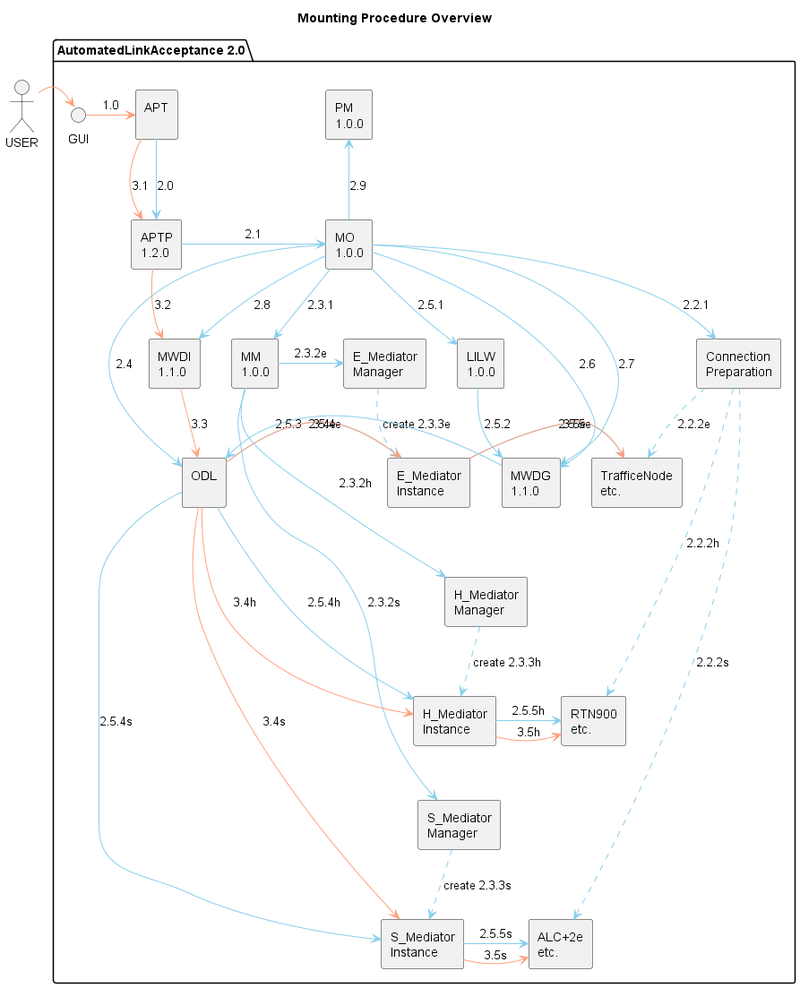
This is diagrams/AutomatedLinkAcceptanceFlow.png from openBackhaul/_AutomatedLinkAcceptance, a PlantUML export, as it was before one commit.
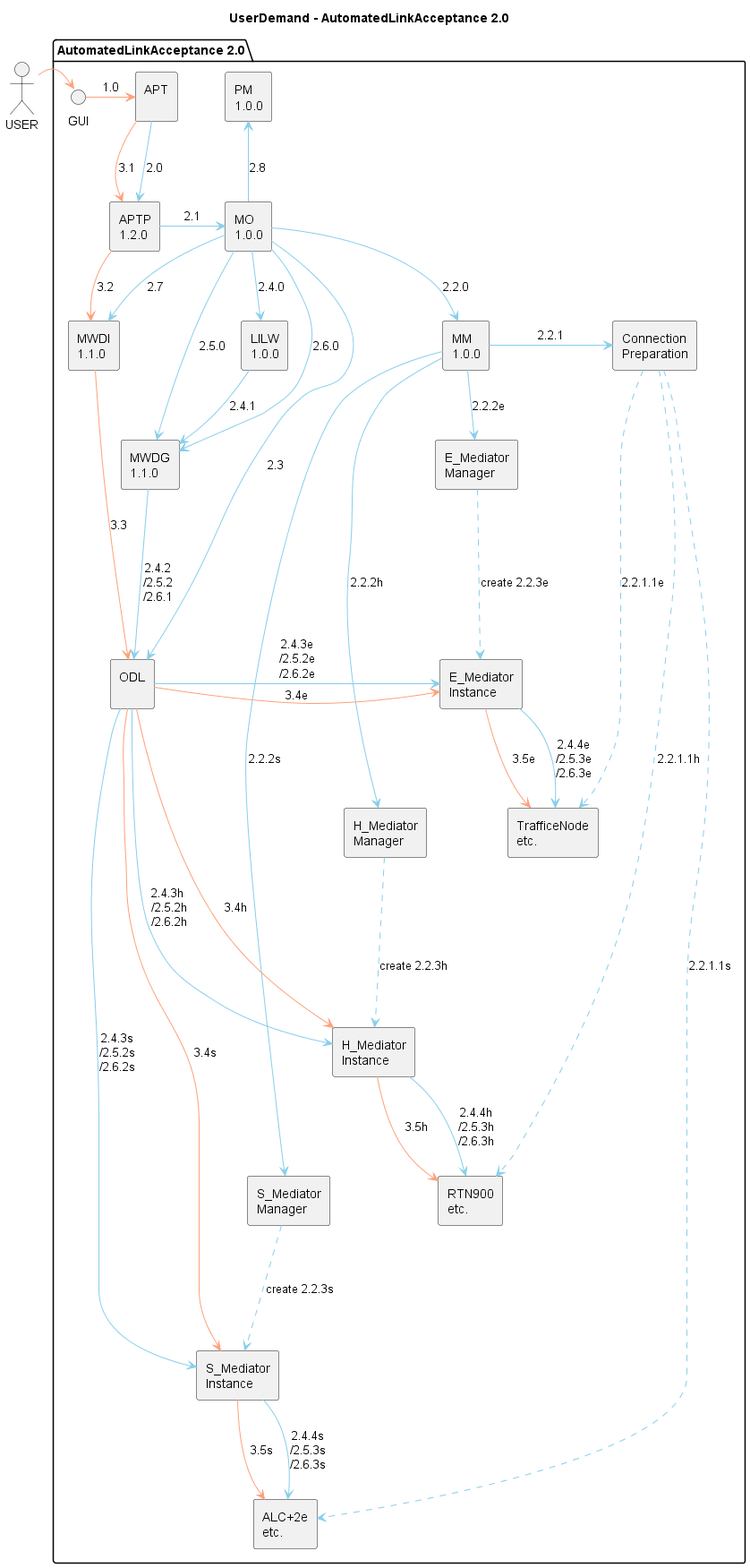
Later version of the same file.

Commit message:
Update diagram to alternativeStructure

Change to the diagram source:
```diff
@@ -2,13 +2,10 @@
 skinparam componentStyle rectangle
 
 title
-Mounting Procedure Overview
+UserDemand - AutomatedLinkAcceptance 2.0
 end title
 
 actor USER as USER
-
-
-
 
   package "AutomatedLinkAcceptance 2.0" {
 
@@ -20,88 +17,94 @@
 
   USER -> GUI #LightSalmon
   GUI -> APT #LightSalmon : 1.0
- component [MO\n1.0.0] as MO
+  component [MO\n1.0.0] as MO
   APT -[hidden] MO
+  component [MM\n1.0.0] as MM
+  component [Connection\nPreparation] as ConnectionPreparation
+  MO -[hidden]- MM
 
-  component [ODL\n] as ODL
-  component [Connection\nPreparation] as ConnectionPreparation
-  MO -[hidden] ConnectionPreparation
-  component [MM\n1.0.0] as MM
-  MO -[hidden]- MM
   component [E_Mediator\nManager] as E_MediatorManager
-  MO -[hidden] E_MediatorManager
+   MM -[hidden]- E_MediatorManager
   component [E_Mediator\nInstance] as E_MediatorInstance
-  E_MediatorManager -[hidden]- E_MediatorInstance
+  E_MediatorManager -[hidden]-> E_MediatorInstance
   component [TrafficeNode\netc.] as E_Device
   E_MediatorInstance -[hidden] E_Device
   component [H_Mediator\nManager] as H_MediatorManager
+  MM -[hidden]- H_MediatorManager
   E_MediatorInstance -[hidden]- H_MediatorManager
-  component [H_Mediator\nInstance] as H_MediatorInstance
+    component [H_Mediator\nInstance] as H_MediatorInstance
   E_MediatorInstance -[hidden]- H_MediatorInstance
   H_MediatorManager -[hidden]- H_MediatorInstance
   component [RTN900\netc.] as H_Device
   H_MediatorInstance -[hidden] H_Device
   E_Device -[hidden]- H_Device
   component [S_Mediator\nManager] as S_MediatorManager
+  MM -[hidden]- S_MediatorManager
   H_MediatorInstance -[hidden]- S_MediatorManager
   component [S_Mediator\nInstance] as S_MediatorInstance
-  H_MediatorInstance -[hidden]- S_MediatorInstance
-  S_MediatorManager -[hidden]- S_MediatorInstance
   component [ALC+2e\netc.] as S_Device
   S_MediatorInstance -[hidden] S_Device
-  H_Device -[hidden]- S_Device
+
+
+  MM -[hidden]- S_MediatorManager
+
+  component [ODL\n] as ODL
   component [PM\n1.0.0] as PM
   component [LILW\n1.0.0] as LILW
-   MO -[hidden] LILW
+
   component [MWDG\n1.1.0] as MWDG
    LILW -[hidden] MWDG
   component [MWDI\n1.1.0] as MWDI
    MO -[hidden] MWDI
 
+
   APT -> APTP #SkyBlue : 2.0
   APTP -> MO #SkyBlue : 2.1
 
-  MO -> ConnectionPreparation #SkyBlue : 2.2.1
-  ConnectionPreparation ..> E_Device #SkyBlue : 2.2.2e
-  ConnectionPreparation ..> H_Device #SkyBlue : 2.2.2h
-  ConnectionPreparation ..> S_Device #SkyBlue : 2.2.2s
 
-  MO -> MM #SkyBlue : 2.3.1
-  MM -> E_MediatorManager #SkyBlue : 2.3.2e
-  E_MediatorManager ..> E_MediatorInstance #SkyBlue : create 2.3.3e
-  MM -> H_MediatorManager #SkyBlue : 2.3.2h
-  H_MediatorManager ..> H_MediatorInstance #SkyBlue : create 2.3.3h
-  MM -> S_MediatorManager #SkyBlue : 2.3.2s
-  S_MediatorManager ..> S_MediatorInstance #SkyBlue : create 2.3.3s
+  MO -l-> MM #SkyBlue : 2.2.0
+  MM -l-> ConnectionPreparation #SkyBlue : 2.2.1
 
-  MO -> ODL #SkyBlue : 2.4
+  ConnectionPreparation ..> E_Device #SkyBlue : 2.2.1.1e
+  ConnectionPreparation ..> H_Device #SkyBlue : 2.2.1.1h
+  ConnectionPreparation ..> S_Device #SkyBlue : 2.2.1.1s
 
-  MO --> LILW #SkyBlue : 2.5.1
-  LILW -down-> MWDG #SkyBlue : 2.5.2
-  MWDG -> ODL #SkyBlue : 2.5.3
+  MM -d-> E_MediatorManager #SkyBlue : 2.2.2e
+  E_MediatorManager ..d.> E_MediatorInstance #SkyBlue : create 2.2.3e
+  MM -> H_MediatorManager #SkyBlue : 2.2.2h
+  H_MediatorManager ..d.> H_MediatorInstance #SkyBlue : create 2.2.3h
+  MM -d-> S_MediatorManager #SkyBlue : 2.2.2s
+  S_MediatorManager ..d.> S_MediatorInstance #SkyBlue : create 2.2.3s
+
+  MO -> ODL #SkyBlue : 2.3
+
+  MWDI -[hidden]LILW
+  MO -down-> LILW #SkyBlue : 2.4.0
+  LILW -down-> MWDG #SkyBlue : 2.4.1
+  MWDG -> ODL #SkyBlue : 2.4.2\n/2.5.2\n/2.6.1
 
 
-  ODL -> E_MediatorInstance #SkyBlue : 2.5.4e
-  ODL -> H_MediatorInstance #SkyBlue: 2.5.4h
-  ODL -> S_MediatorInstance #SkyBlue : 2.5.4s
-  E_MediatorInstance -> E_Device #SkyBlue : 2.5.5e
-  H_MediatorInstance -> H_Device #SkyBlue : 2.5.5h
-  S_MediatorInstance -> S_Device #SkyBlue : 2.5.5s
+  ODL -> E_MediatorInstance #SkyBlue : 2.4.3e\n/2.5.2e\n/2.6.2e
+  ODL -> H_MediatorInstance #SkyBlue: 2.4.3h \n/2.5.2h\n/2.6.2h
+  ODL -> S_MediatorInstance #SkyBlue : 2.4.3s\n/2.5.2s\n/2.6.2s
+  E_MediatorInstance -> E_Device #SkyBlue : 2.4.4e\n/2.5.3e\n/2.6.3e
+  H_MediatorInstance -> H_Device #SkyBlue : 2.4.4h\n/2.5.3h\n/2.6.3h
+  S_MediatorInstance -> S_Device #SkyBlue : 2.4.4s\n/2.5.3s\n/2.6.3s
 
-  MO -up-> MWDG #SkyBlue : 2.6
-  MO -up-> MWDG #SkyBlue : 2.7
-  MO -up-> MWDI #SkyBlue : 2.8
-  MO -up-> PM #SkyBlue : 2.9
+  MO -up-> MWDG #SkyBlue : 2.5.0
+  MO -d-> MWDG #SkyBlue : 2.6.0
+  MO -d-> MWDI #SkyBlue : 2.7
+  MO -up-> PM #SkyBlue : 2.8
 
   APT --> APTP #LightSalmon : 3.1
-  APTP -> MWDI #LightSalmon : 3.2
+  APTP -d-> MWDI #LightSalmon : 3.2
   MWDI -> ODL #LightSalmon : 3.3
   ODL -> E_MediatorInstance #LightSalmon : 3.4e
   ODL -> H_MediatorInstance #LightSalmon : 3.4h
   ODL -> S_MediatorInstance #LightSalmon : 3.4s
-  E_MediatorInstance -> E_Device #LightSalmon : 3.5e
-  H_MediatorInstance -> H_Device #LightSalmon : 3.5h
-  S_MediatorInstance -> S_Device #LightSalmon : 3.5s
+  E_MediatorInstance -d-> E_Device #LightSalmon : 3.5e
+  H_MediatorInstance -d-> H_Device #LightSalmon : 3.5h
+  S_MediatorInstance -d-> S_Device #LightSalmon : 3.5s
 
 
   }
```
